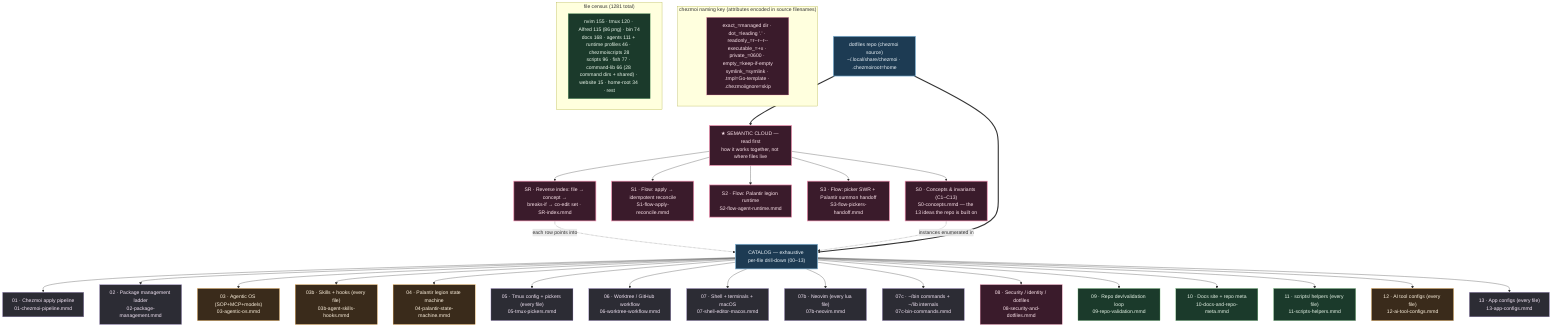
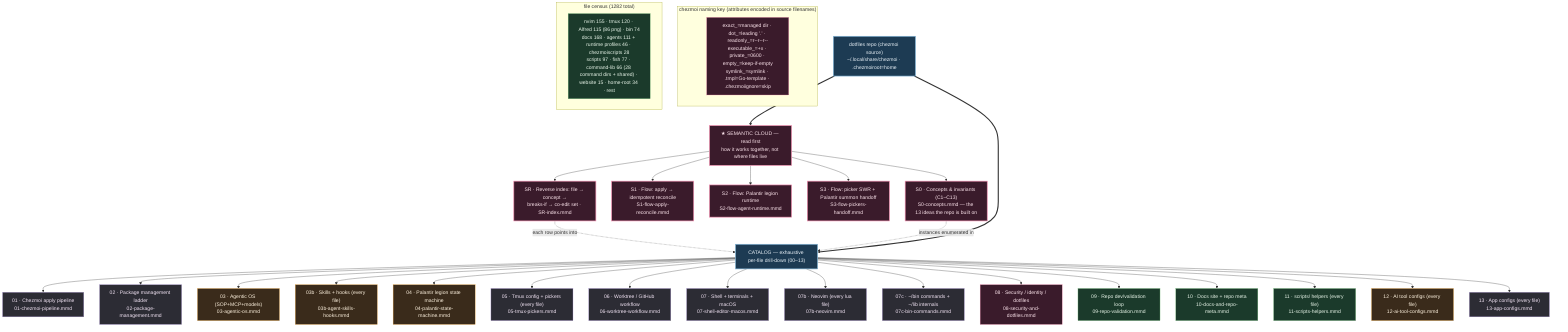
%% ============================================================================
%% 00-overview.mmd — Master navigation map for kapral18/dotfiles
%% TWO LAYERS:
%%   SEMANTIC CLOUD (read first) — how the system THINKS: concepts+invariants
%%     (S0), cross-cutting flows (S1/S2/S3), and a reverse index (SR) that maps
%%     any file to its concept, blast radius, and co-edit set.
%%   CATALOG (drill-down) — how the system is LAID OUT: 00-13 enumerate every
- %%     one of the 1281 files in the effective git file set by exact chezmoi source path.
+ %%     one of the 1282 files in the effective git file set by exact chezmoi source path.
%% `home/` is chezmoi source deployed to $HOME; scripts/tools/website/docs are
%% repo-side (NOT deployed). Each node → a deeper .mmd.
%% ============================================================================
graph TD
    classDef entry fill:#1d3b53,stroke:#7fb3d5,color:#eaf2f8,stroke-width:2px;
    classDef sys fill:#2c2c34,stroke:#b39ddb,color:#f3e5f5;
    classDef ai fill:#3a2b1b,stroke:#ffb74d,color:#fff3e0;
    classDef repo fill:#1b3a2b,stroke:#81c784,color:#e8f5e9;
    classDef data fill:#3a1b2b,stroke:#f48fb1,color:#fce4ec;
    classDef sem fill:#3a1b2b,stroke:#f48fb1,color:#fce4ec,stroke-width:2px;

    ROOT["dotfiles repo (chezmoi source)<br/>~/.local/share/chezmoi · .chezmoiroot=home"]:::entry

    %% ---- SEMANTIC LAYER (read before the catalog) --------------------------
    ROOT ==> SEMHEAD["★ SEMANTIC CLOUD — read first<br/>how it works together, not where files live"]:::sem
    SEMHEAD --> S0["S0 · Concepts & invariants (C1–C13)<br/>S0-concepts.mmd — the 13 ideas the repo is built on"]:::sem
    SEMHEAD --> S1["S1 · Flow: apply → idempotent reconcile<br/>S1-flow-apply-reconcile.mmd"]:::sem
    SEMHEAD --> S2["S2 · Flow: Palantir legion runtime<br/>S2-flow-agent-runtime.mmd"]:::sem
    SEMHEAD --> S3["S3 · Flow: picker SWR + Palantir summon handoff<br/>S3-flow-pickers-handoff.mmd"]:::sem
    SEMHEAD --> SR["SR · Reverse index: file → concept →<br/>breaks-if → co-edit set · SR-index.mmd"]:::sem
    SR -. "each row points into" .-> CATHEAD
    S0 -. "instances enumerated in" .-> CATHEAD

    %% ---- CATALOG LAYER (exhaustive per-file drill-down) --------------------
    ROOT ==> CATHEAD["CATALOG — exhaustive per-file drill-down (00–13)"]:::entry

    CATHEAD --> CZ["01 · Chezmoi apply pipeline<br/>01-chezmoi-pipeline.mmd"]:::sys
    CATHEAD --> PKG["02 · Package management ladder<br/>02-package-management.mmd"]:::sys
    CATHEAD --> AIOS["03 · Agentic OS (SOP+MCP+models)<br/>03-agentic-os.mmd"]:::ai
    CATHEAD --> SKILLS["03b · Skills + hooks (every file)<br/>03b-agent-skills-hooks.mmd"]:::ai
    CATHEAD --> PAL["04 · Palantir legion state machine<br/>04-palantir-state-machine.mmd"]:::ai
    CATHEAD --> TMUX["05 · Tmux config + pickers (every file)<br/>05-tmux-pickers.mmd"]:::sys
    CATHEAD --> WT["06 · Worktree / GitHub workflow<br/>06-worktree-workflow.mmd"]:::sys
    CATHEAD --> SEM["07 · Shell + terminals + macOS<br/>07-shell-editor-macos.mmd"]:::sys
    CATHEAD --> NVIM["07b · Neovim (every lua file)<br/>07b-neovim.mmd"]:::sys
    CATHEAD --> BIN["07c · ~/bin commands + ~/lib internals<br/>07c-bin-commands.mmd"]:::sys
    CATHEAD --> SEC["08 · Security / identity / dotfiles<br/>08-security-and-dotfiles.mmd"]:::data
    CATHEAD --> VAL["09 · Repo dev/validation loop<br/>09-repo-validation.mmd"]:::repo
    CATHEAD --> DOCS["10 · Docs site + repo meta<br/>10-docs-and-repo-meta.mmd"]:::repo
    CATHEAD --> SCRIPTS["11 · scripts/ helpers (every file)<br/>11-scripts-helpers.mmd"]:::repo
    CATHEAD --> AICFG["12 · AI tool configs (every file)<br/>12-ai-tool-configs.mmd"]:::ai
    CATHEAD --> APPS["13 · App configs (every file)<br/>13-app-configs.mmd"]:::sys

    subgraph KEY["chezmoi naming key (attributes encoded in source filenames)"]
        K1["exact_=managed dir · dot_=leading '.' · readonly_=r--r--r--<br/>executable_=+x · private_=0600 · empty_=keep-if-empty<br/>symlink_=symlink · .tmpl=Go-template · .chezmoiignore=skip"]:::data
    end

-     subgraph COUNTS["file census (1281 total)"]
-         C1["nvim 155 · tmux 120 · Alfred 115 (86 png) · bin 74<br/>docs 168 · agents 111 + runtime profiles 46 · chezmoiscripts 28<br/>scripts 96 · fish 77 · command-lib 66 (28 command dirs + shared) · website 15 · home-root 34 · rest"]:::repo
+     subgraph COUNTS["file census (1282 total)"]
+         C1["nvim 155 · tmux 120 · Alfred 115 (86 png) · bin 74<br/>docs 168 · agents 111 + runtime profiles 46 · chezmoiscripts 28<br/>scripts 97 · fish 77 · command-lib 66 (28 command dirs + shared) · website 15 · home-root 34 · rest"]:::repo
    end
